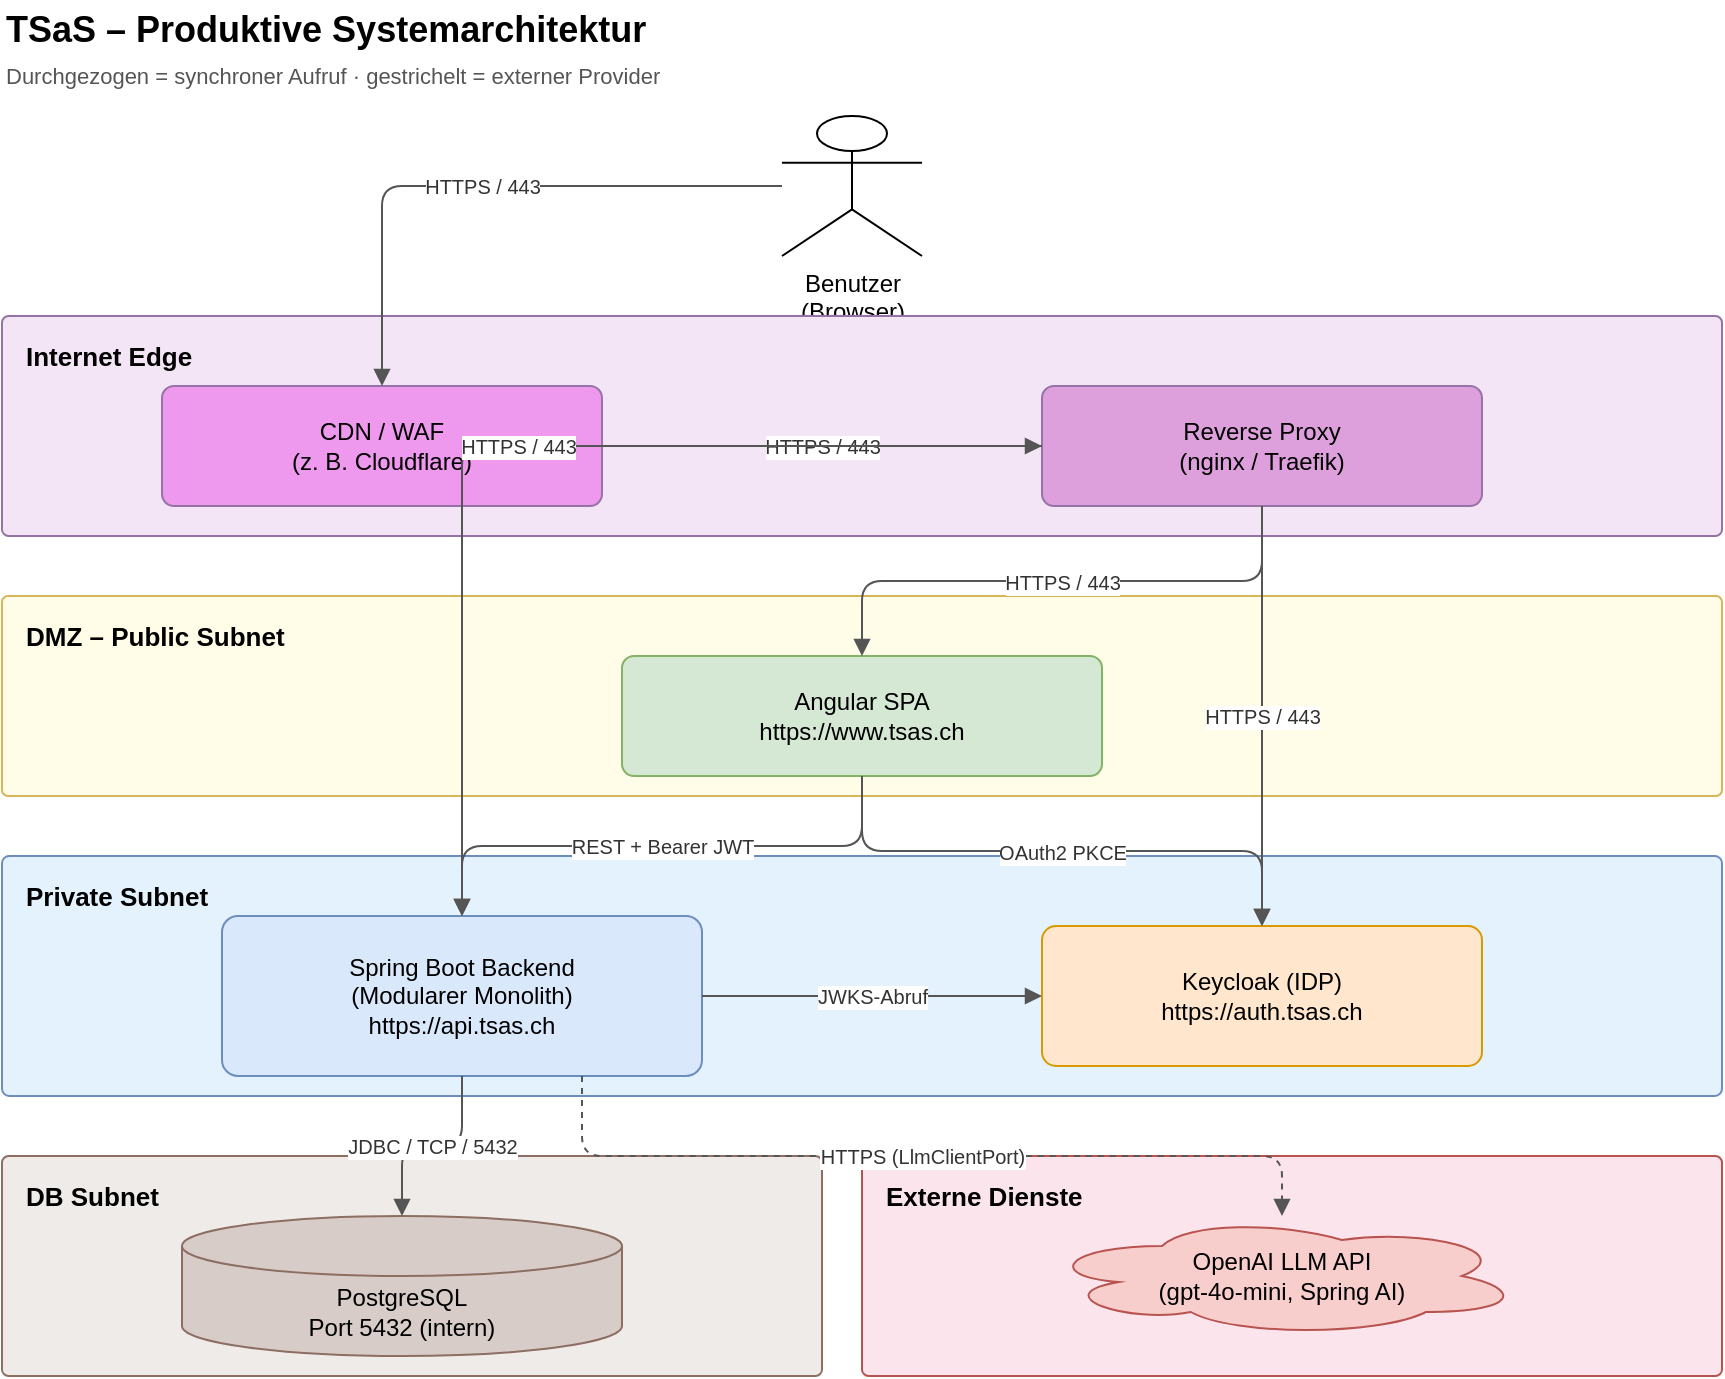
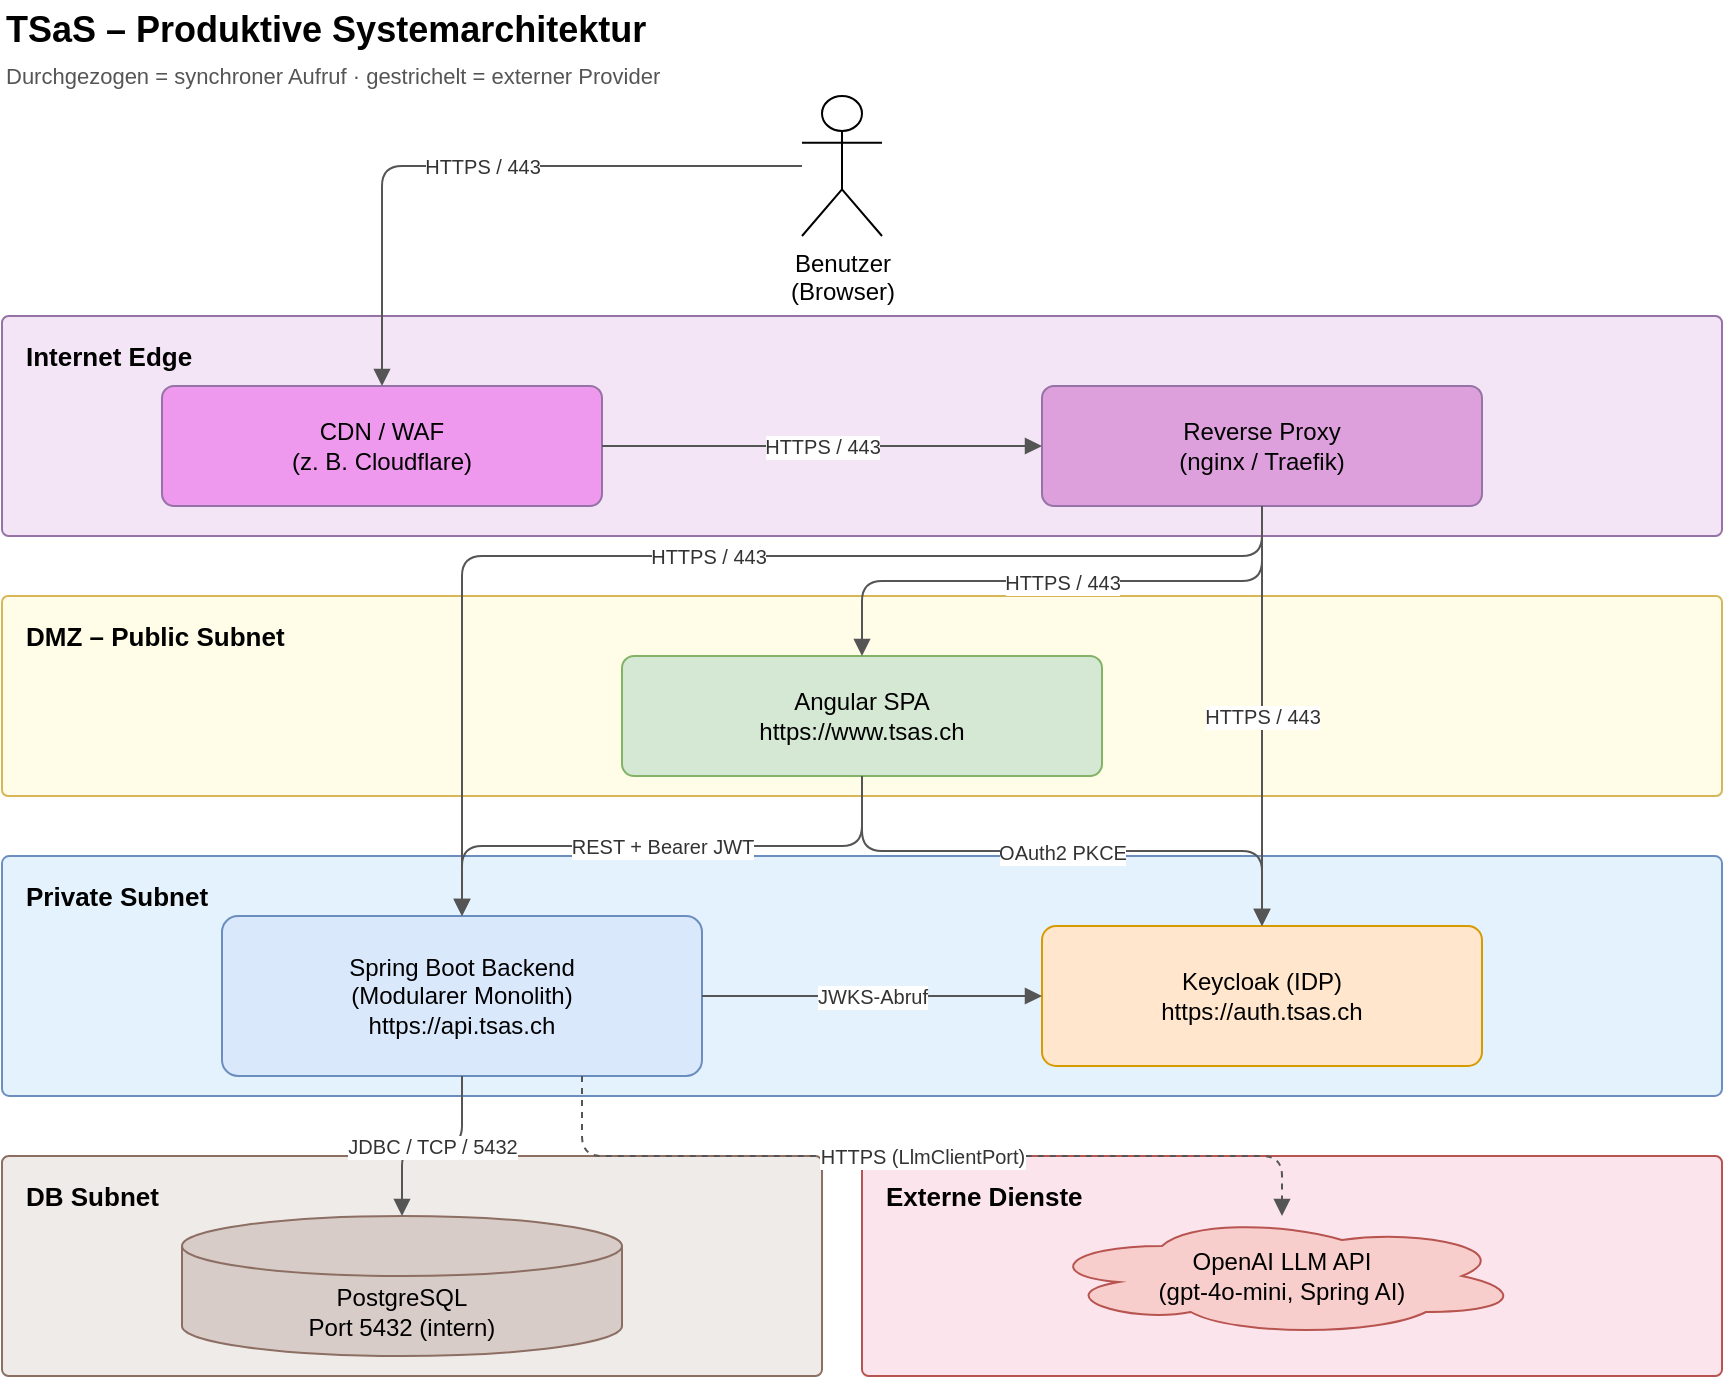
- <mxfile host="app.diagrams.net" agent="tsas-sad-gen" version="24.7.17">
+ <mxfile host="Electron" agent="tsas-sad-gen">
  <diagram id="TSaS_System_Context" name="TSaS_System_Context">
-     <mxGraphModel dx="900" dy="640" grid="1" gridSize="10" guides="1" tooltips="1" connect="1" arrows="1" fold="1" page="1" pageScale="1" pageWidth="940" pageHeight="860" math="0" shadow="0">
+     <mxGraphModel dx="1222" dy="1092" grid="1" gridSize="10" guides="1" tooltips="1" connect="1" arrows="1" fold="1" page="1" pageScale="1" pageWidth="940" pageHeight="860" math="0" shadow="0">
      <root>
-         <mxCell id="0"/>
-         <mxCell id="1" parent="0"/>
-         <mxCell id="n2" value="TSaS – Produktive Systemarchitektur" style="text;html=1;strokeColor=none;fillColor=none;align=left;verticalAlign=middle;fontStyle=1;fontSize=18;" vertex="1" parent="1"><mxGeometry x="40" y="12" width="600" height="30" as="geometry"/></mxCell>
-         <mxCell id="n3" value="Durchgezogen = synchroner Aufruf · gestrichelt = externer Provider" style="text;html=1;strokeColor=none;fillColor=none;align=left;verticalAlign=middle;fontSize=11;fontColor=#555555;" vertex="1" parent="1"><mxGeometry x="40" y="40" width="700" height="20" as="geometry"/></mxCell>
-         <mxCell id="n4" value="Benutzer&#10;(Browser)" style="shape=umlActor;verticalLabelPosition=bottom;verticalAlign=top;html=1;outlineConnect=0;fontSize=12;" vertex="1" parent="1"><mxGeometry x="430" y="70" width="70" height="70" as="geometry"/></mxCell>
-         <mxCell id="n5" value="Internet Edge" style="rounded=1;arcSize=3;whiteSpace=wrap;html=1;fillColor=#F3E5F5;strokeColor=#9673A6;verticalAlign=top;align=left;fontStyle=1;fontSize=13;spacingLeft=10;spacingTop=6;dashed=0;" vertex="1" parent="1"><mxGeometry x="40" y="170" width="860" height="110" as="geometry"/></mxCell>
-         <mxCell id="n6" value="CDN / WAF&#10;(z. B. Cloudflare)" style="rounded=1;arcSize=10;whiteSpace=wrap;html=1;fillColor=#EE99EE;strokeColor=#9673A6;fontSize=12;align=center;" vertex="1" parent="1"><mxGeometry x="120" y="205" width="220" height="60" as="geometry"/></mxCell>
-         <mxCell id="n7" value="Reverse Proxy&#10;(nginx / Traefik)" style="rounded=1;arcSize=10;whiteSpace=wrap;html=1;fillColor=#DDA0DD;strokeColor=#9673A6;fontSize=12;align=center;" vertex="1" parent="1"><mxGeometry x="560" y="205" width="220" height="60" as="geometry"/></mxCell>
-         <mxCell id="n8" value="DMZ – Public Subnet" style="rounded=1;arcSize=3;whiteSpace=wrap;html=1;fillColor=#FFFDE7;strokeColor=#D6B656;verticalAlign=top;align=left;fontStyle=1;fontSize=13;spacingLeft=10;spacingTop=6;dashed=0;" vertex="1" parent="1"><mxGeometry x="40" y="310" width="860" height="100" as="geometry"/></mxCell>
-         <mxCell id="n9" value="Angular SPA&#10;https://www.tsas.ch" style="rounded=1;arcSize=10;whiteSpace=wrap;html=1;fillColor=#D5E8D4;strokeColor=#82B366;fontSize=12;align=center;" vertex="1" parent="1"><mxGeometry x="350" y="340" width="240" height="60" as="geometry"/></mxCell>
-         <mxCell id="n10" value="Private Subnet" style="rounded=1;arcSize=3;whiteSpace=wrap;html=1;fillColor=#E3F2FD;strokeColor=#6C8EBF;verticalAlign=top;align=left;fontStyle=1;fontSize=13;spacingLeft=10;spacingTop=6;dashed=0;" vertex="1" parent="1"><mxGeometry x="40" y="440" width="860" height="120" as="geometry"/></mxCell>
-         <mxCell id="n11" value="Spring Boot Backend&#10;(Modularer Monolith)&#10;https://api.tsas.ch" style="rounded=1;arcSize=10;whiteSpace=wrap;html=1;fillColor=#DAE8FC;strokeColor=#6C8EBF;fontSize=12;align=center;" vertex="1" parent="1"><mxGeometry x="150" y="470" width="240" height="80" as="geometry"/></mxCell>
-         <mxCell id="n12" value="Keycloak (IDP)&#10;https://auth.tsas.ch" style="rounded=1;arcSize=10;whiteSpace=wrap;html=1;fillColor=#FFE6CC;strokeColor=#D79B00;fontSize=12;align=center;" vertex="1" parent="1"><mxGeometry x="560" y="475" width="220" height="70" as="geometry"/></mxCell>
-         <mxCell id="n13" value="DB Subnet" style="rounded=1;arcSize=3;whiteSpace=wrap;html=1;fillColor=#EFEBE9;strokeColor=#8D6E63;verticalAlign=top;align=left;fontStyle=1;fontSize=13;spacingLeft=10;spacingTop=6;dashed=0;" vertex="1" parent="1"><mxGeometry x="40" y="590" width="410" height="110" as="geometry"/></mxCell>
-         <mxCell id="n14" value="PostgreSQL&#10;Port 5432 (intern)" style="shape=cylinder3;whiteSpace=wrap;html=1;boundedLbl=1;backgroundOutline=1;fillColor=#D7CCC8;strokeColor=#8D6E63;fontSize=12;" vertex="1" parent="1"><mxGeometry x="130" y="620" width="220" height="70" as="geometry"/></mxCell>
-         <mxCell id="n15" value="Externe Dienste" style="rounded=1;arcSize=3;whiteSpace=wrap;html=1;fillColor=#FCE4EC;strokeColor=#B85450;verticalAlign=top;align=left;fontStyle=1;fontSize=13;spacingLeft=10;spacingTop=6;dashed=0;" vertex="1" parent="1"><mxGeometry x="470" y="590" width="430" height="110" as="geometry"/></mxCell>
-         <mxCell id="n16" value="OpenAI LLM API&#10;(gpt-4o-mini, Spring AI)" style="shape=cloud;whiteSpace=wrap;html=1;fillColor=#F8CECC;strokeColor=#B85450;fontSize=12;" vertex="1" parent="1"><mxGeometry x="560" y="620" width="240" height="60" as="geometry"/></mxCell>
-         <mxCell id="n17" value="HTTPS / 443" style="edgeStyle=orthogonalEdgeStyle;rounded=1;jettySize=auto;orthogonalLoop=1;html=1;fontSize=10;labelBackgroundColor=#FFFFFF;endArrow=block;strokeColor=#555555;fontColor=#333333;" edge="1" parent="1" source="n4" target="n6"><mxGeometry relative="1" as="geometry"></mxGeometry></mxCell>
-         <mxCell id="n18" value="HTTPS / 443" style="edgeStyle=orthogonalEdgeStyle;rounded=1;jettySize=auto;orthogonalLoop=1;html=1;fontSize=10;labelBackgroundColor=#FFFFFF;endArrow=block;strokeColor=#555555;fontColor=#333333;" edge="1" parent="1" source="n6" target="n7"><mxGeometry relative="1" as="geometry"></mxGeometry></mxCell>
-         <mxCell id="n19" value="HTTPS / 443" style="edgeStyle=orthogonalEdgeStyle;rounded=1;jettySize=auto;orthogonalLoop=1;html=1;fontSize=10;labelBackgroundColor=#FFFFFF;endArrow=block;strokeColor=#555555;fontColor=#333333;" edge="1" parent="1" source="n7" target="n9"><mxGeometry relative="1" as="geometry"></mxGeometry></mxCell>
-         <mxCell id="n20" value="HTTPS / 443" style="edgeStyle=orthogonalEdgeStyle;rounded=1;jettySize=auto;orthogonalLoop=1;html=1;fontSize=10;labelBackgroundColor=#FFFFFF;endArrow=block;strokeColor=#555555;fontColor=#333333;" edge="1" parent="1" source="n7" target="n11"><mxGeometry relative="1" as="geometry"></mxGeometry></mxCell>
-         <mxCell id="n21" value="HTTPS / 443" style="edgeStyle=orthogonalEdgeStyle;rounded=1;jettySize=auto;orthogonalLoop=1;html=1;fontSize=10;labelBackgroundColor=#FFFFFF;endArrow=block;strokeColor=#555555;fontColor=#333333;" edge="1" parent="1" source="n7" target="n12"><mxGeometry relative="1" as="geometry"></mxGeometry></mxCell>
-         <mxCell id="n22" value="REST + Bearer JWT" style="edgeStyle=orthogonalEdgeStyle;rounded=1;jettySize=auto;orthogonalLoop=1;html=1;fontSize=10;labelBackgroundColor=#FFFFFF;endArrow=block;strokeColor=#555555;fontColor=#333333;" edge="1" parent="1" source="n9" target="n11"><mxGeometry relative="1" as="geometry"></mxGeometry></mxCell>
-         <mxCell id="n23" value="OAuth2 PKCE" style="edgeStyle=orthogonalEdgeStyle;rounded=1;jettySize=auto;orthogonalLoop=1;html=1;fontSize=10;labelBackgroundColor=#FFFFFF;endArrow=block;strokeColor=#555555;fontColor=#333333;" edge="1" parent="1" source="n9" target="n12"><mxGeometry relative="1" as="geometry"></mxGeometry></mxCell>
-         <mxCell id="n24" value="JWKS-Abruf" style="edgeStyle=orthogonalEdgeStyle;rounded=1;jettySize=auto;orthogonalLoop=1;html=1;fontSize=10;labelBackgroundColor=#FFFFFF;endArrow=block;strokeColor=#555555;fontColor=#333333;" edge="1" parent="1" source="n11" target="n12"><mxGeometry relative="1" as="geometry"></mxGeometry></mxCell>
-         <mxCell id="n25" value="JDBC / TCP / 5432" style="edgeStyle=orthogonalEdgeStyle;rounded=1;jettySize=auto;orthogonalLoop=1;html=1;fontSize=10;labelBackgroundColor=#FFFFFF;endArrow=block;strokeColor=#555555;fontColor=#333333;" edge="1" parent="1" source="n11" target="n14"><mxGeometry relative="1" as="geometry"></mxGeometry></mxCell>
-         <mxCell id="n26" value="HTTPS (LlmClientPort)" style="edgeStyle=orthogonalEdgeStyle;rounded=1;jettySize=auto;orthogonalLoop=1;html=1;fontSize=10;labelBackgroundColor=#FFFFFF;endArrow=block;strokeColor=#555555;fontColor=#333333;dashed=1;exitX=0.75;exitY=1;exitDx=0;exitDy=0;entryX=0.5;entryY=0;entryDx=0;entryDy=0;" edge="1" parent="1" source="n11" target="n16"><mxGeometry relative="1" as="geometry"><Array as="points"><mxPoint x="330" y="590"/><mxPoint x="680" y="590"/></Array></mxGeometry></mxCell>
+         <mxCell id="0" />
+         <mxCell id="1" parent="0" />
+         <mxCell id="n2" parent="1" style="text;html=1;strokeColor=none;fillColor=none;align=left;verticalAlign=middle;fontStyle=1;fontSize=18;" value="TSaS – Produktive Systemarchitektur" vertex="1">
+           <mxGeometry height="30" width="600" x="40" y="12" as="geometry" />
+         </mxCell>
+         <mxCell id="n3" parent="1" style="text;html=1;strokeColor=none;fillColor=none;align=left;verticalAlign=middle;fontSize=11;fontColor=#555555;" value="Durchgezogen = synchroner Aufruf · gestrichelt = externer Provider" vertex="1">
+           <mxGeometry height="20" width="700" x="40" y="40" as="geometry" />
+         </mxCell>
+         <mxCell id="n4" parent="1" style="shape=umlActor;verticalLabelPosition=bottom;verticalAlign=top;html=1;outlineConnect=0;fontSize=12;" value="Benutzer&#xa;(Browser)" vertex="1">
+           <mxGeometry height="70" width="40" x="440" y="60" as="geometry" />
+         </mxCell>
+         <mxCell id="n5" parent="1" style="rounded=1;arcSize=3;whiteSpace=wrap;html=1;fillColor=#F3E5F5;strokeColor=#9673A6;verticalAlign=top;align=left;fontStyle=1;fontSize=13;spacingLeft=10;spacingTop=6;dashed=0;" value="Internet Edge" vertex="1">
+           <mxGeometry height="110" width="860" x="40" y="170" as="geometry" />
+         </mxCell>
+         <mxCell id="n6" parent="1" style="rounded=1;arcSize=10;whiteSpace=wrap;html=1;fillColor=#EE99EE;strokeColor=#9673A6;fontSize=12;align=center;" value="CDN / WAF&#xa;(z. B. Cloudflare)" vertex="1">
+           <mxGeometry height="60" width="220" x="120" y="205" as="geometry" />
+         </mxCell>
+         <mxCell id="n7" parent="1" style="rounded=1;arcSize=10;whiteSpace=wrap;html=1;fillColor=#DDA0DD;strokeColor=#9673A6;fontSize=12;align=center;" value="Reverse Proxy&#xa;(nginx / Traefik)" vertex="1">
+           <mxGeometry height="60" width="220" x="560" y="205" as="geometry" />
+         </mxCell>
+         <mxCell id="n8" parent="1" style="rounded=1;arcSize=3;whiteSpace=wrap;html=1;fillColor=#FFFDE7;strokeColor=#D6B656;verticalAlign=top;align=left;fontStyle=1;fontSize=13;spacingLeft=10;spacingTop=6;dashed=0;" value="DMZ – Public Subnet" vertex="1">
+           <mxGeometry height="100" width="860" x="40" y="310" as="geometry" />
+         </mxCell>
+         <mxCell id="n9" parent="1" style="rounded=1;arcSize=10;whiteSpace=wrap;html=1;fillColor=#D5E8D4;strokeColor=#82B366;fontSize=12;align=center;" value="Angular SPA&#xa;https://www.tsas.ch" vertex="1">
+           <mxGeometry height="60" width="240" x="350" y="340" as="geometry" />
+         </mxCell>
+         <mxCell id="n10" parent="1" style="rounded=1;arcSize=3;whiteSpace=wrap;html=1;fillColor=#E3F2FD;strokeColor=#6C8EBF;verticalAlign=top;align=left;fontStyle=1;fontSize=13;spacingLeft=10;spacingTop=6;dashed=0;" value="Private Subnet" vertex="1">
+           <mxGeometry height="120" width="860" x="40" y="440" as="geometry" />
+         </mxCell>
+         <mxCell id="n11" parent="1" style="rounded=1;arcSize=10;whiteSpace=wrap;html=1;fillColor=#DAE8FC;strokeColor=#6C8EBF;fontSize=12;align=center;" value="Spring Boot Backend&#xa;(Modularer Monolith)&#xa;https://api.tsas.ch" vertex="1">
+           <mxGeometry height="80" width="240" x="150" y="470" as="geometry" />
+         </mxCell>
+         <mxCell id="n12" parent="1" style="rounded=1;arcSize=10;whiteSpace=wrap;html=1;fillColor=#FFE6CC;strokeColor=#D79B00;fontSize=12;align=center;" value="Keycloak (IDP)&#xa;https://auth.tsas.ch" vertex="1">
+           <mxGeometry height="70" width="220" x="560" y="475" as="geometry" />
+         </mxCell>
+         <mxCell id="n13" parent="1" style="rounded=1;arcSize=3;whiteSpace=wrap;html=1;fillColor=#EFEBE9;strokeColor=#8D6E63;verticalAlign=top;align=left;fontStyle=1;fontSize=13;spacingLeft=10;spacingTop=6;dashed=0;" value="DB Subnet" vertex="1">
+           <mxGeometry height="110" width="410" x="40" y="590" as="geometry" />
+         </mxCell>
+         <mxCell id="n14" parent="1" style="shape=cylinder3;whiteSpace=wrap;html=1;boundedLbl=1;backgroundOutline=1;fillColor=#D7CCC8;strokeColor=#8D6E63;fontSize=12;" value="PostgreSQL&#xa;Port 5432 (intern)" vertex="1">
+           <mxGeometry height="70" width="220" x="130" y="620" as="geometry" />
+         </mxCell>
+         <mxCell id="n15" parent="1" style="rounded=1;arcSize=3;whiteSpace=wrap;html=1;fillColor=#FCE4EC;strokeColor=#B85450;verticalAlign=top;align=left;fontStyle=1;fontSize=13;spacingLeft=10;spacingTop=6;dashed=0;" value="Externe Dienste" vertex="1">
+           <mxGeometry height="110" width="430" x="470" y="590" as="geometry" />
+         </mxCell>
+         <mxCell id="n16" parent="1" style="shape=cloud;whiteSpace=wrap;html=1;fillColor=#F8CECC;strokeColor=#B85450;fontSize=12;" value="OpenAI LLM API&#xa;(gpt-4o-mini, Spring AI)" vertex="1">
+           <mxGeometry height="60" width="240" x="560" y="620" as="geometry" />
+         </mxCell>
+         <mxCell id="n17" edge="1" parent="1" source="n4" style="edgeStyle=orthogonalEdgeStyle;rounded=1;jettySize=auto;orthogonalLoop=1;html=1;fontSize=10;labelBackgroundColor=#FFFFFF;endArrow=block;strokeColor=#555555;fontColor=#333333;" target="n6" value="HTTPS / 443">
+           <mxGeometry relative="1" as="geometry" />
+         </mxCell>
+         <mxCell id="n18" edge="1" parent="1" source="n6" style="edgeStyle=orthogonalEdgeStyle;rounded=1;jettySize=auto;orthogonalLoop=1;html=1;fontSize=10;labelBackgroundColor=#FFFFFF;endArrow=block;strokeColor=#555555;fontColor=#333333;" target="n7" value="HTTPS / 443">
+           <mxGeometry relative="1" as="geometry" />
+         </mxCell>
+         <mxCell id="n19" edge="1" parent="1" source="n7" style="edgeStyle=orthogonalEdgeStyle;rounded=1;jettySize=auto;orthogonalLoop=1;html=1;fontSize=10;labelBackgroundColor=#FFFFFF;endArrow=block;strokeColor=#555555;fontColor=#333333;" target="n9" value="HTTPS / 443">
+           <mxGeometry relative="1" as="geometry" />
+         </mxCell>
+         <mxCell id="n20" edge="1" parent="1" source="n7" style="rounded=1;jettySize=auto;orthogonalLoop=1;html=1;fontSize=10;labelBackgroundColor=#FFFFFF;endArrow=block;strokeColor=#555555;fontColor=#333333;edgeStyle=orthogonalEdgeStyle;" target="n11" value="HTTPS / 443">
+           <mxGeometry relative="1" as="geometry">
+             <Array as="points">
+               <mxPoint x="670" y="290" />
+               <mxPoint x="270" y="290" />
+             </Array>
+           </mxGeometry>
+         </mxCell>
+         <mxCell id="n21" edge="1" parent="1" source="n7" style="edgeStyle=orthogonalEdgeStyle;rounded=1;jettySize=auto;orthogonalLoop=1;html=1;fontSize=10;labelBackgroundColor=#FFFFFF;endArrow=block;strokeColor=#555555;fontColor=#333333;" target="n12" value="HTTPS / 443">
+           <mxGeometry relative="1" as="geometry" />
+         </mxCell>
+         <mxCell id="n22" edge="1" parent="1" source="n9" style="edgeStyle=orthogonalEdgeStyle;rounded=1;jettySize=auto;orthogonalLoop=1;html=1;fontSize=10;labelBackgroundColor=#FFFFFF;endArrow=block;strokeColor=#555555;fontColor=#333333;" target="n11" value="REST + Bearer JWT">
+           <mxGeometry relative="1" as="geometry" />
+         </mxCell>
+         <mxCell id="n23" edge="1" parent="1" source="n9" style="edgeStyle=orthogonalEdgeStyle;rounded=1;jettySize=auto;orthogonalLoop=1;html=1;fontSize=10;labelBackgroundColor=#FFFFFF;endArrow=block;strokeColor=#555555;fontColor=#333333;" target="n12" value="OAuth2 PKCE">
+           <mxGeometry relative="1" as="geometry" />
+         </mxCell>
+         <mxCell id="n24" edge="1" parent="1" source="n11" style="edgeStyle=orthogonalEdgeStyle;rounded=1;jettySize=auto;orthogonalLoop=1;html=1;fontSize=10;labelBackgroundColor=#FFFFFF;endArrow=block;strokeColor=#555555;fontColor=#333333;" target="n12" value="JWKS-Abruf">
+           <mxGeometry relative="1" as="geometry" />
+         </mxCell>
+         <mxCell id="n25" edge="1" parent="1" source="n11" style="edgeStyle=orthogonalEdgeStyle;rounded=1;jettySize=auto;orthogonalLoop=1;html=1;fontSize=10;labelBackgroundColor=#FFFFFF;endArrow=block;strokeColor=#555555;fontColor=#333333;" target="n14" value="JDBC / TCP / 5432">
+           <mxGeometry relative="1" as="geometry" />
+         </mxCell>
+         <mxCell id="n26" edge="1" parent="1" source="n11" style="edgeStyle=orthogonalEdgeStyle;rounded=1;jettySize=auto;orthogonalLoop=1;html=1;fontSize=10;labelBackgroundColor=#FFFFFF;endArrow=block;strokeColor=#555555;fontColor=#333333;dashed=1;exitX=0.75;exitY=1;exitDx=0;exitDy=0;entryX=0.5;entryY=0;entryDx=0;entryDy=0;" target="n16" value="HTTPS (LlmClientPort)">
+           <mxGeometry relative="1" as="geometry">
+             <Array as="points">
+               <mxPoint x="330" y="590" />
+               <mxPoint x="680" y="590" />
+             </Array>
+           </mxGeometry>
+         </mxCell>
      </root>
    </mxGraphModel>
  </diagram>
</mxfile>
